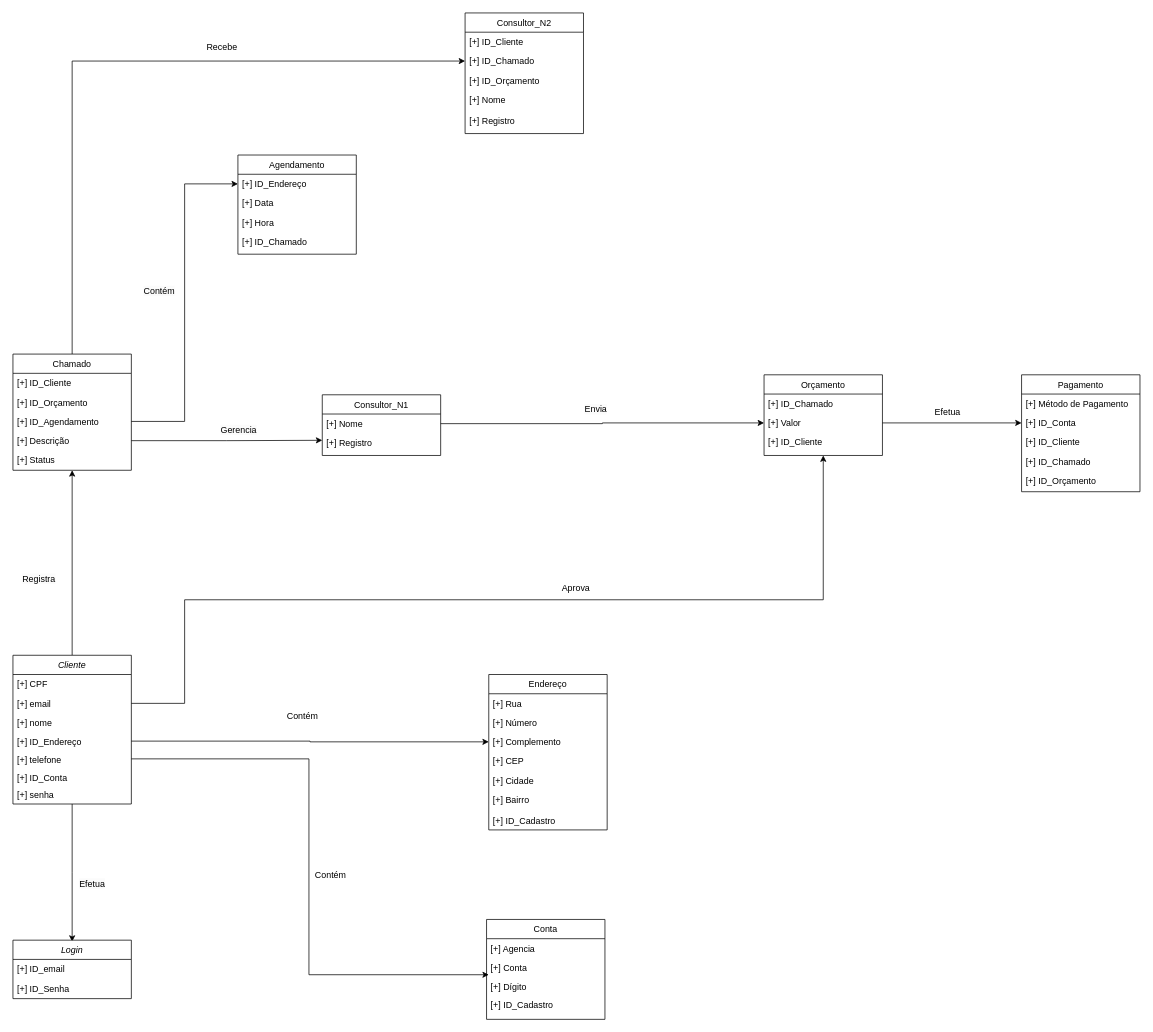
This is Diagrama sem nome.drawio from gtamagnini/PROJETO-CRAWLER, a draw.io file, before an edit. Source tidied: cells renumbered, new cells numbered last; positions are measured from the earlier drawing's top-left corner, leaving out a move shared by most shapes. Both pictures are drawn from the tidied source at 74%, with x=0, y=0 at pixel (13, 13).
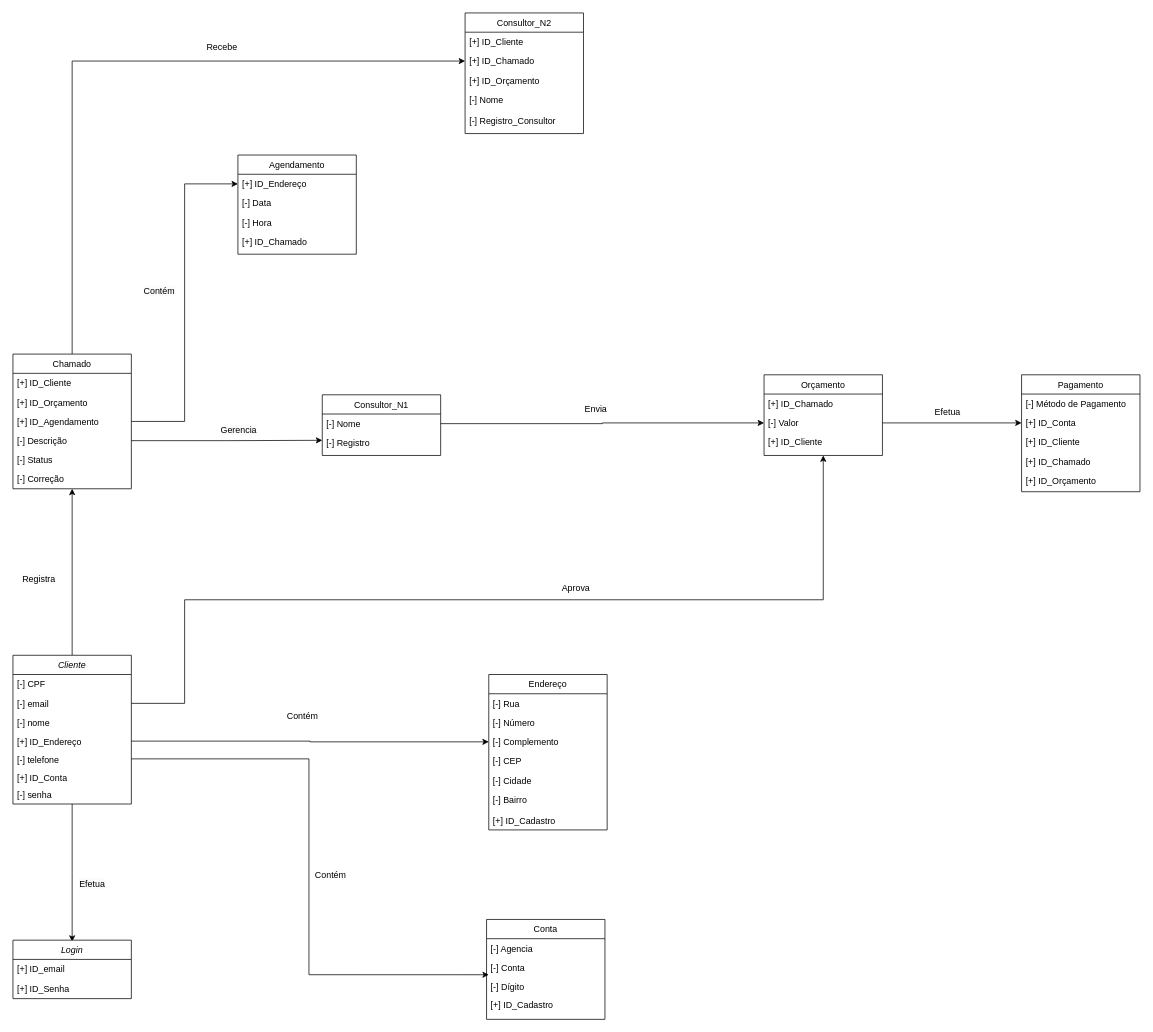
The same page after the edit.

Unchanged cells that the change refers to:
```xml
<mxCell id="2" value="Endereço" style="swimlane;fontStyle=0;align=center;verticalAlign=top;horizontal=1;startSize=26;rounded=0;shadow=0;strokeWidth=1;" parent="1" vertex="1">
  <mxGeometry x="643" y="894" width="160" height="210" as="geometry" />
</mxCell>
<mxCell id="10" value="Conta" style="swimlane;fontStyle=0;align=center;verticalAlign=top;horizontal=1;startSize=26;rounded=0;shadow=0;strokeWidth=1;" parent="1" vertex="1">
  <mxGeometry x="640" y="1225" width="160" height="135" as="geometry" />
</mxCell>
<mxCell id="18" value="Cliente" style="swimlane;fontStyle=2;align=center;verticalAlign=top;horizontal=1;startSize=26;rounded=0;shadow=0;strokeWidth=1;" parent="1" vertex="1">
  <mxGeometry y="868" width="160" height="201" as="geometry" />
</mxCell>
<mxCell id="39" value="Agendamento" style="swimlane;fontStyle=0;align=center;verticalAlign=top;horizontal=1;startSize=26;rounded=0;shadow=0;strokeWidth=1;" parent="1" vertex="1">
  <mxGeometry x="304" y="192" width="160" height="134" as="geometry" />
</mxCell>
<mxCell id="47" value="Pagamento" style="swimlane;fontStyle=0;align=center;verticalAlign=top;horizontal=1;startSize=26;rounded=0;shadow=0;strokeWidth=1;" parent="1" vertex="1">
  <mxGeometry x="1363" y="489" width="160" height="158" as="geometry" />
</mxCell>
<mxCell id="53" value="Orçamento" style="swimlane;fontStyle=0;align=center;verticalAlign=top;horizontal=1;startSize=26;rounded=0;shadow=0;strokeWidth=1;" parent="1" vertex="1">
  <mxGeometry x="1015" y="489" width="160" height="109" as="geometry" />
</mxCell>
<mxCell id="61" value="Consultor_N2" style="swimlane;fontStyle=0;align=center;verticalAlign=top;horizontal=1;startSize=26;rounded=0;shadow=0;strokeWidth=1;" parent="1" vertex="1">
  <mxGeometry x="611" width="160" height="163" as="geometry" />
</mxCell>
<mxCell id="69" value="Consultor_N1" style="swimlane;fontStyle=0;align=center;verticalAlign=top;horizontal=1;startSize=26;rounded=0;shadow=0;strokeWidth=1;" parent="1" vertex="1">
  <mxGeometry x="418" y="516" width="160" height="82" as="geometry" />
</mxCell>
```

Change to the diagram source:
```diff
@@
-    <mxCell id="3" value="[+] Rua" style="text;align=left;verticalAlign=top;spacingLeft=4;spacingRight=4;overflow=hidden;rounded=0;shadow=0;html=0;" parent="2" vertex="1">
+    <mxCell id="3" value="[-] Rua" style="text;align=left;verticalAlign=top;spacingLeft=4;spacingRight=4;overflow=hidden;rounded=0;shadow=0;html=0;" parent="2" vertex="1">
       <mxGeometry y="26" width="160" height="26" as="geometry" />
     </mxCell>
-    <mxCell id="4" value="[+] Número&#10;" style="text;align=left;verticalAlign=top;spacingLeft=4;spacingRight=4;overflow=hidden;rounded=0;shadow=0;html=0;" parent="2" vertex="1">
+    <mxCell id="4" value="[-] Número&#10;" style="text;align=left;verticalAlign=top;spacingLeft=4;spacingRight=4;overflow=hidden;rounded=0;shadow=0;html=0;" parent="2" vertex="1">
       <mxGeometry y="52" width="160" height="26" as="geometry" />
     </mxCell>
-    <mxCell id="5" value="[+] Complemento" style="text;align=left;verticalAlign=top;spacingLeft=4;spacingRight=4;overflow=hidden;points=[[0,0.5],[1,0.5]];portConstraint=eastwest;rounded=0;shadow=0;html=0;" parent="2" vertex="1">
+    <mxCell id="5" value="[-] Complemento" style="text;align=left;verticalAlign=top;spacingLeft=4;spacingRight=4;overflow=hidden;points=[[0,0.5],[1,0.5]];portConstraint=eastwest;rounded=0;shadow=0;html=0;" parent="2" vertex="1">
       <mxGeometry y="78" width="160" height="26" as="geometry" />
     </mxCell>
-    <mxCell id="6" value="[+] CEP" style="text;align=left;verticalAlign=top;spacingLeft=4;spacingRight=4;overflow=hidden;rounded=0;shadow=0;html=0;" parent="2" vertex="1">
+    <mxCell id="6" value="[-] CEP" style="text;align=left;verticalAlign=top;spacingLeft=4;spacingRight=4;overflow=hidden;rounded=0;shadow=0;html=0;" parent="2" vertex="1">
       <mxGeometry y="104" width="160" height="26" as="geometry" />
     </mxCell>
-    <mxCell id="7" value="[+] Cidade" style="text;align=left;verticalAlign=top;spacingLeft=4;spacingRight=4;overflow=hidden;rounded=0;shadow=0;html=0;" parent="2" vertex="1">
+    <mxCell id="7" value="[-] Cidade" style="text;align=left;verticalAlign=top;spacingLeft=4;spacingRight=4;overflow=hidden;rounded=0;shadow=0;html=0;" parent="2" vertex="1">
       <mxGeometry y="130" width="160" height="26" as="geometry" />
     </mxCell>
-    <mxCell id="8" value="[+] Bairro" style="text;align=left;verticalAlign=top;spacingLeft=4;spacingRight=4;overflow=hidden;rounded=0;shadow=0;html=0;" parent="2" vertex="1">
+    <mxCell id="8" value="[-] Bairro" style="text;align=left;verticalAlign=top;spacingLeft=4;spacingRight=4;overflow=hidden;rounded=0;shadow=0;html=0;" parent="2" vertex="1">
       <mxGeometry y="156" width="160" height="28" as="geometry" />
     </mxCell>
@@
-    <mxCell id="11" value="[+] Agencia" style="text;align=left;verticalAlign=top;spacingLeft=4;spacingRight=4;overflow=hidden;rounded=0;shadow=0;html=0;" parent="10" vertex="1">
+    <mxCell id="11" value="[-] Agencia" style="text;align=left;verticalAlign=top;spacingLeft=4;spacingRight=4;overflow=hidden;rounded=0;shadow=0;html=0;" parent="10" vertex="1">
       <mxGeometry y="26" width="160" height="26" as="geometry" />
     </mxCell>
-    <mxCell id="12" value="[+] Conta" style="text;align=left;verticalAlign=top;spacingLeft=4;spacingRight=4;overflow=hidden;rounded=0;shadow=0;html=0;" parent="10" vertex="1">
+    <mxCell id="12" value="[-] Conta" style="text;align=left;verticalAlign=top;spacingLeft=4;spacingRight=4;overflow=hidden;rounded=0;shadow=0;html=0;" parent="10" vertex="1">
       <mxGeometry y="52" width="160" height="26" as="geometry" />
     </mxCell>
-    <mxCell id="13" value="[+] Dígito" style="text;align=left;verticalAlign=top;spacingLeft=4;spacingRight=4;overflow=hidden;points=[[0,0.5],[1,0.5]];portConstraint=eastwest;rounded=0;shadow=0;html=0;" parent="10" vertex="1">
+    <mxCell id="13" value="[-] Dígito" style="text;align=left;verticalAlign=top;spacingLeft=4;spacingRight=4;overflow=hidden;points=[[0,0.5],[1,0.5]];portConstraint=eastwest;rounded=0;shadow=0;html=0;" parent="10" vertex="1">
       <mxGeometry y="78" width="160" height="24" as="geometry" />
     </mxCell>
@@
-    <mxCell id="19" value="[+] CPF" style="text;align=left;verticalAlign=top;spacingLeft=4;spacingRight=4;overflow=hidden;rounded=0;shadow=0;html=0;" parent="18" vertex="1">
+    <mxCell id="19" value="[-] CPF" style="text;align=left;verticalAlign=top;spacingLeft=4;spacingRight=4;overflow=hidden;rounded=0;shadow=0;html=0;" parent="18" vertex="1">
       <mxGeometry y="26" width="160" height="26" as="geometry" />
     </mxCell>
-    <mxCell id="20" value="[+] email" style="text;align=left;verticalAlign=top;spacingLeft=4;spacingRight=4;overflow=hidden;points=[[0,0.5],[1,0.5]];portConstraint=eastwest;rounded=0;shadow=0;html=0;" parent="18" vertex="1">
+    <mxCell id="20" value="[-] email" style="text;align=left;verticalAlign=top;spacingLeft=4;spacingRight=4;overflow=hidden;points=[[0,0.5],[1,0.5]];portConstraint=eastwest;rounded=0;shadow=0;html=0;" parent="18" vertex="1">
       <mxGeometry y="52" width="160" height="26" as="geometry" />
     </mxCell>
-    <mxCell id="21" value="[+] nome&#10;&#10;&#10;" style="text;align=left;verticalAlign=top;spacingLeft=4;spacingRight=4;overflow=hidden;" parent="18" vertex="1">
+    <mxCell id="21" value="[-] nome&#10;&#10;&#10;" style="text;align=left;verticalAlign=top;spacingLeft=4;spacingRight=4;overflow=hidden;" parent="18" vertex="1">
       <mxGeometry y="78" width="160" height="26" as="geometry" />
     </mxCell>
@@
-    <mxCell id="23" value="[+] telefone" style="text;align=left;verticalAlign=top;spacingLeft=4;spacingRight=4;overflow=hidden;points=[[0,0.5],[1,0.5]];portConstraint=eastwest;rounded=0;shadow=0;html=0;" parent="18" vertex="1">
+    <mxCell id="23" value="[-] telefone" style="text;align=left;verticalAlign=top;spacingLeft=4;spacingRight=4;overflow=hidden;points=[[0,0.5],[1,0.5]];portConstraint=eastwest;rounded=0;shadow=0;html=0;" parent="18" vertex="1">
       <mxGeometry y="128" width="160" height="24" as="geometry" />
     </mxCell>
@@
-    <mxCell id="25" value="[+] senha" style="text;align=left;verticalAlign=top;spacingLeft=4;spacingRight=4;overflow=hidden;rounded=0;shadow=0;html=0;" parent="18" vertex="1">
+    <mxCell id="25" value="[-] senha" style="text;align=left;verticalAlign=top;spacingLeft=4;spacingRight=4;overflow=hidden;rounded=0;shadow=0;html=0;" parent="18" vertex="1">
       <mxGeometry y="176" width="160" height="24" as="geometry" />
     </mxCell>
@@
     <mxCell id="33" value="Chamado" style="swimlane;fontStyle=0;align=center;verticalAlign=top;horizontal=1;startSize=26;rounded=0;shadow=0;strokeWidth=1;" parent="1" vertex="1">
-      <mxGeometry y="461" width="160" height="157" as="geometry" />
+      <mxGeometry y="461" width="160" height="182" as="geometry" />
     </mxCell>
@@
-    <mxCell id="37" value="[+] Descrição" style="text;align=left;verticalAlign=top;spacingLeft=4;spacingRight=4;overflow=hidden;points=[[0,0.5],[1,0.5]];portConstraint=eastwest;rounded=0;shadow=0;html=0;" parent="33" vertex="1">
+    <mxCell id="37" value="[-] Descrição" style="text;align=left;verticalAlign=top;spacingLeft=4;spacingRight=4;overflow=hidden;points=[[0,0.5],[1,0.5]];portConstraint=eastwest;rounded=0;shadow=0;html=0;" parent="33" vertex="1">
       <mxGeometry y="104" width="160" height="26" as="geometry" />
     </mxCell>
-    <mxCell id="38" value="[+] Status" style="text;align=left;verticalAlign=top;spacingLeft=4;spacingRight=4;overflow=hidden;rounded=0;shadow=0;html=0;" parent="33" vertex="1">
+    <mxCell id="38" value="[-] Status" style="text;align=left;verticalAlign=top;spacingLeft=4;spacingRight=4;overflow=hidden;rounded=0;shadow=0;html=0;" parent="33" vertex="1">
       <mxGeometry y="130" width="160" height="26" as="geometry" />
     </mxCell>
+    <mxCell id="76" value="[-] Correção" style="text;align=left;verticalAlign=top;spacingLeft=4;spacingRight=4;overflow=hidden;rounded=0;shadow=0;html=0;" parent="33" vertex="1">
+      <mxGeometry y="156" width="160" height="26" as="geometry" />
+    </mxCell>
@@
-    <mxCell id="41" value="[+] Data" style="text;align=left;verticalAlign=top;spacingLeft=4;spacingRight=4;overflow=hidden;rounded=0;shadow=0;html=0;" parent="39" vertex="1">
+    <mxCell id="41" value="[-] Data" style="text;align=left;verticalAlign=top;spacingLeft=4;spacingRight=4;overflow=hidden;rounded=0;shadow=0;html=0;" parent="39" vertex="1">
       <mxGeometry y="52" width="160" height="26" as="geometry" />
     </mxCell>
-    <mxCell id="42" value="[+] Hora" style="text;align=left;verticalAlign=top;spacingLeft=4;spacingRight=4;overflow=hidden;rounded=0;shadow=0;html=0;" parent="39" vertex="1">
+    <mxCell id="42" value="[-] Hora" style="text;align=left;verticalAlign=top;spacingLeft=4;spacingRight=4;overflow=hidden;rounded=0;shadow=0;html=0;" parent="39" vertex="1">
       <mxGeometry y="78" width="160" height="26" as="geometry" />
     </mxCell>
@@
-    <mxCell id="48" value="[+] Método de Pagamento" style="text;align=left;verticalAlign=top;spacingLeft=4;spacingRight=4;overflow=hidden;rounded=0;shadow=0;html=0;" parent="47" vertex="1">
+    <mxCell id="48" value="[-] Método de Pagamento" style="text;align=left;verticalAlign=top;spacingLeft=4;spacingRight=4;overflow=hidden;rounded=0;shadow=0;html=0;" parent="47" vertex="1">
       <mxGeometry y="26" width="160" height="26" as="geometry" />
     </mxCell>
@@
-    <mxCell id="55" value="[+] Valor" style="text;align=left;verticalAlign=top;spacingLeft=4;spacingRight=4;overflow=hidden;points=[[0,0.5],[1,0.5]];portConstraint=eastwest;rounded=0;shadow=0;html=0;" parent="53" vertex="1">
+    <mxCell id="55" value="[-] Valor" style="text;align=left;verticalAlign=top;spacingLeft=4;spacingRight=4;overflow=hidden;points=[[0,0.5],[1,0.5]];portConstraint=eastwest;rounded=0;shadow=0;html=0;" parent="53" vertex="1">
       <mxGeometry y="52" width="160" height="26" as="geometry" />
     </mxCell>
@@
-    <mxCell id="65" value="[+] Nome" style="text;align=left;verticalAlign=top;spacingLeft=4;spacingRight=4;overflow=hidden;rounded=0;shadow=0;html=0;" parent="61" vertex="1">
+    <mxCell id="65" value="[-] Nome" style="text;align=left;verticalAlign=top;spacingLeft=4;spacingRight=4;overflow=hidden;rounded=0;shadow=0;html=0;" parent="61" vertex="1">
       <mxGeometry y="104" width="160" height="28" as="geometry" />
     </mxCell>
-    <mxCell id="66" value="[+] Registro" style="text;align=left;verticalAlign=top;spacingLeft=4;spacingRight=4;overflow=hidden;rounded=0;shadow=0;html=0;" parent="61" vertex="1">
+    <mxCell id="66" value="[-] Registro_Consultor" style="text;align=left;verticalAlign=top;spacingLeft=4;spacingRight=4;overflow=hidden;rounded=0;shadow=0;html=0;" parent="61" vertex="1">
       <mxGeometry y="132" width="160" height="28" as="geometry" />
     </mxCell>
@@
-    <mxCell id="70" value="[+] Nome" style="text;align=left;verticalAlign=top;spacingLeft=4;spacingRight=4;overflow=hidden;points=[[0,0.5],[1,0.5]];portConstraint=eastwest;rounded=0;shadow=0;html=0;" parent="69" vertex="1">
+    <mxCell id="70" value="[-] Nome" style="text;align=left;verticalAlign=top;spacingLeft=4;spacingRight=4;overflow=hidden;points=[[0,0.5],[1,0.5]];portConstraint=eastwest;rounded=0;shadow=0;html=0;" parent="69" vertex="1">
       <mxGeometry y="26" width="160" height="26" as="geometry" />
     </mxCell>
-    <mxCell id="71" value="[+] Registro" style="text;align=left;verticalAlign=top;spacingLeft=4;spacingRight=4;overflow=hidden;rounded=0;shadow=0;html=0;" parent="69" vertex="1">
+    <mxCell id="71" value="[-] Registro" style="text;align=left;verticalAlign=top;spacingLeft=4;spacingRight=4;overflow=hidden;rounded=0;shadow=0;html=0;" parent="69" vertex="1">
       <mxGeometry y="52" width="160" height="26" as="geometry" />
     </mxCell>
```
